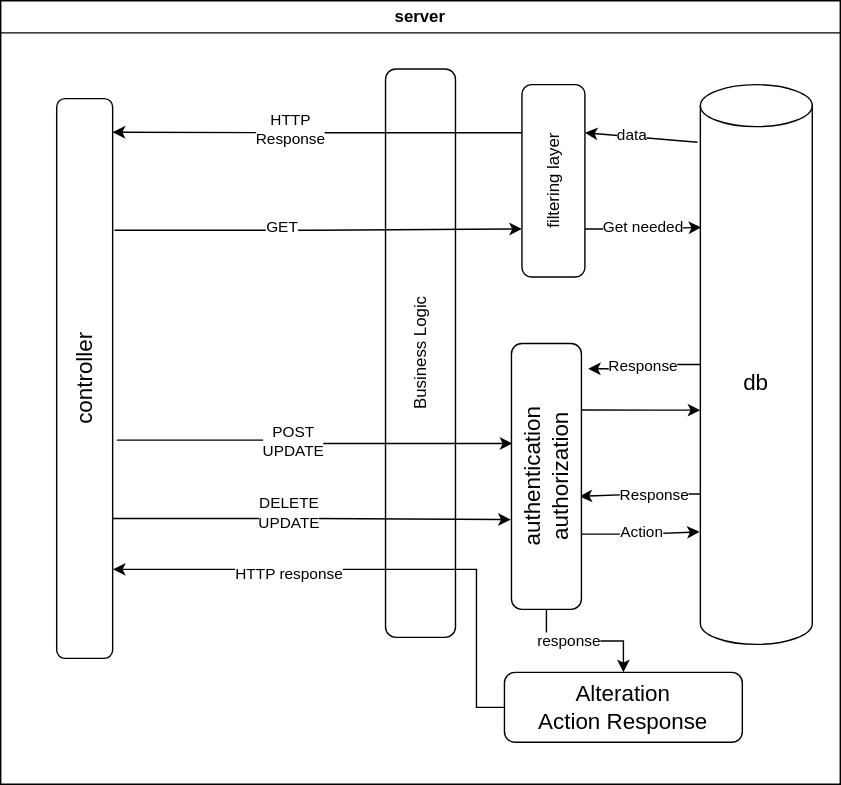
Earlier version of the draw.io export etc/imgs/system-desgin.drawio.svg (Abdullah-Khawahir/clinics-schedules). Source tidied: cells renumbered, new cells last; positions are measured from the earlier drawing's top-left corner, leaving out a move shared by most shapes.
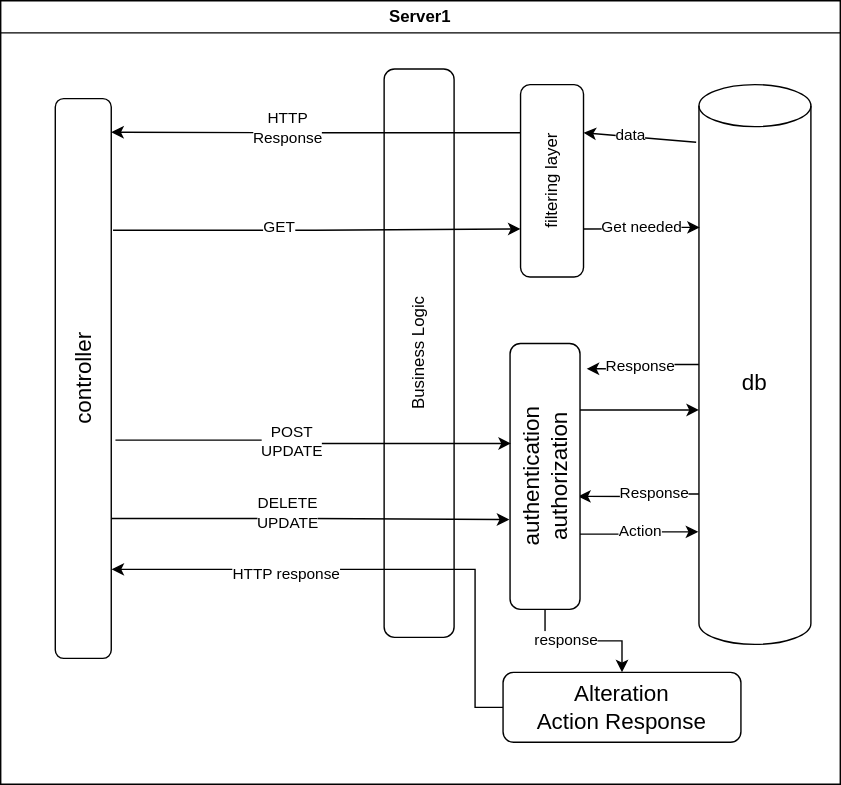
The same diagram one commit later.

Change to the diagram source:
```diff
@@ -111,8 +111,8 @@
     <mxCell id="30" value="&lt;div&gt;Alteration&lt;/div&gt;&lt;div&gt;Action Response&lt;br&gt;&lt;/div&gt;" style="whiteSpace=wrap;html=1;fontSize=16;rounded=1;" parent="1" vertex="1">
       <mxGeometry x="500" y="480" width="170" height="50" as="geometry" />
     </mxCell>
-    <mxCell id="31" value="server" style="swimlane;whiteSpace=wrap;html=1;" parent="1" vertex="1">
-      <mxGeometry x="140" width="600" height="560" as="geometry" />
+    <mxCell id="31" value="&lt;div&gt;Server1&lt;/div&gt;" style="swimlane;whiteSpace=wrap;html=1;" parent="1" vertex="1">
+      <mxGeometry x="141" width="600" height="560" as="geometry" />
     </mxCell>
   </root>
 </mxGraphModel>
```
